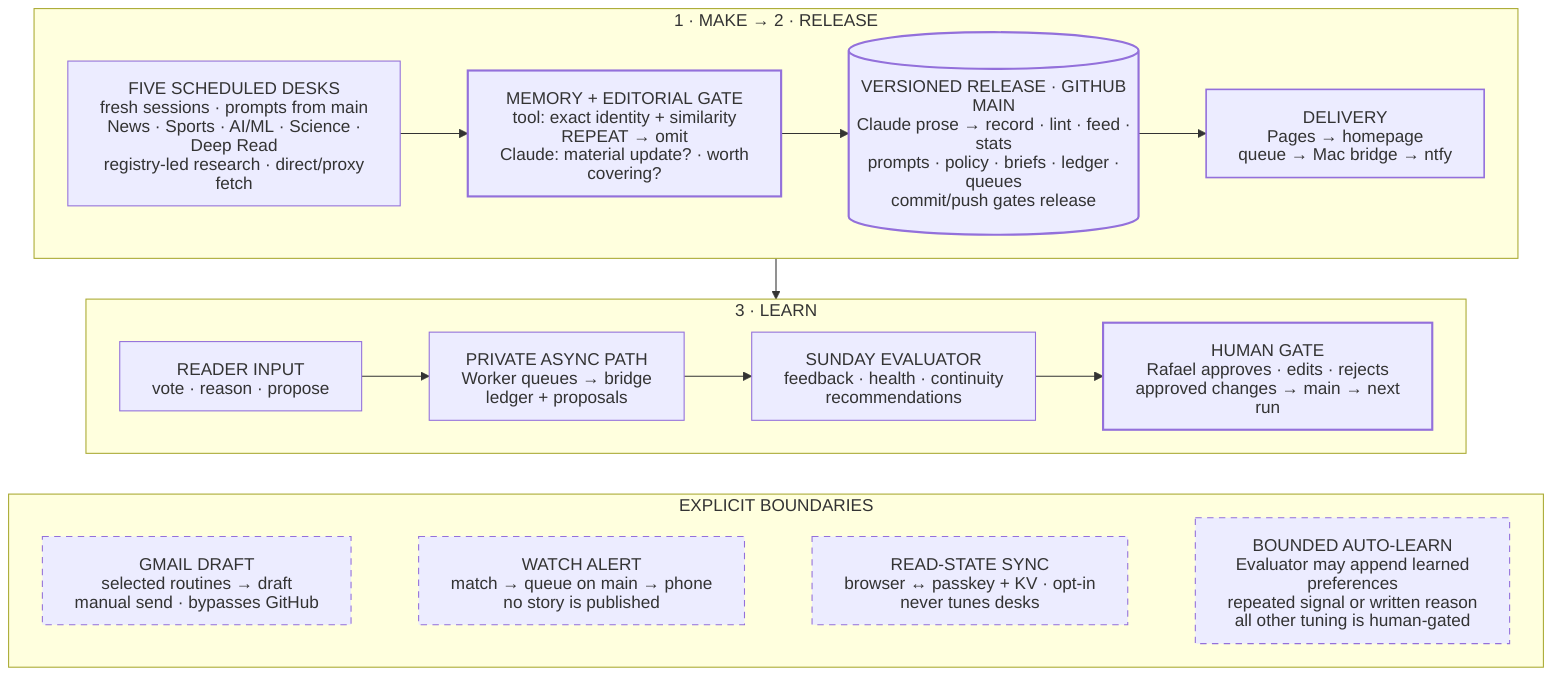
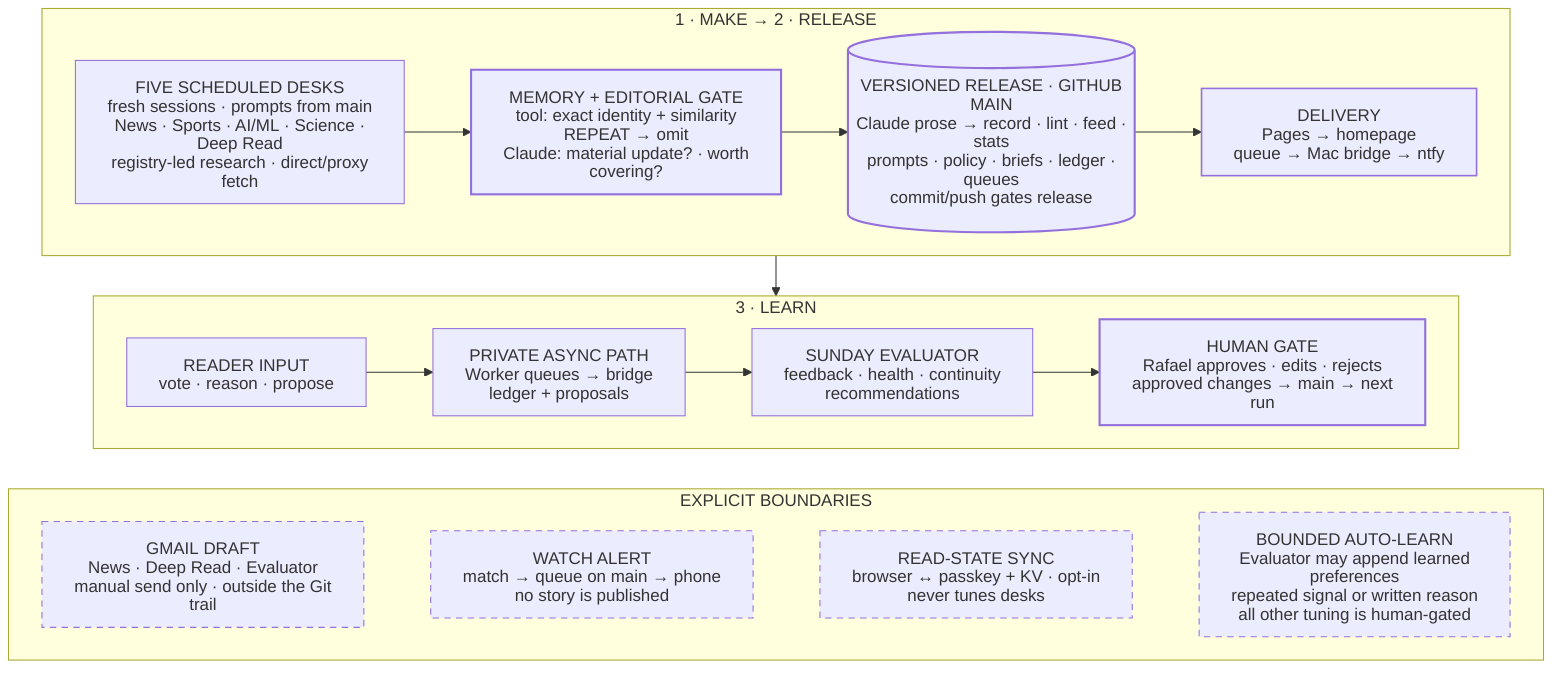
%% Public homepage architecture. Keep labels free of private IDs, secrets and implementation noise.
%% The generated SVG is the visual layer; _layouts/home.html carries the accessible reading order.
%% Generated SVGs add xml:space="preserve" to native text so leading tspan spaces survive.
%%{init: {"htmlLabels":false,"flowchart":{"curve":"linear","nodeSpacing":24,"rankSpacing":38,"wrappingWidth":260}}}%%
flowchart TB
  subgraph system["1 · MAKE → 2 · RELEASE"]
    direction LR
    research["FIVE SCHEDULED DESKS<br/>fresh sessions · prompts from main<br/>News · Sports · AI/ML · Science · Deep Read<br/>registry-led research · direct/proxy fetch"]
    memory["MEMORY + EDITORIAL GATE<br/>tool: exact identity + similarity<br/>REPEAT → omit<br/>Claude: material update? · worth covering?"]
    main[("VERSIONED RELEASE · GITHUB MAIN<br/>Claude prose → record · lint · feed · stats<br/>prompts · policy · briefs · ledger · queues<br/>commit/push gates release")]
    delivery["DELIVERY<br/>Pages → homepage<br/>queue → Mac bridge → ntfy"]

    research --> memory --> main --> delivery
  end

  subgraph learn["3 · LEARN"]
    direction LR
    reader["READER INPUT<br/>vote · reason · propose"]
    worker["PRIVATE ASYNC PATH<br/>Worker queues → bridge<br/>ledger + proposals"]
    evaluator["SUNDAY EVALUATOR<br/>feedback · health · continuity<br/>recommendations"]
    gate["HUMAN GATE<br/>Rafael approves · edits · rejects<br/>approved changes → main → next run"]

    reader --> worker --> evaluator --> gate
  end

  delivery --> reader

  subgraph boundaries["EXPLICIT BOUNDARIES"]
    direction LR
-     gmail["GMAIL DRAFT<br/>selected routines → draft<br/>manual send · bypasses GitHub"]
+     gmail["GMAIL DRAFT<br/>News · Deep Read · Evaluator<br/>manual send only · outside the Git trail"]
    watch["WATCH ALERT<br/>match → queue on main → phone<br/>no story is published"]
    sync["READ-STATE SYNC<br/>browser ↔ passkey + KV · opt-in<br/>never tunes desks"]
    exception["BOUNDED AUTO-LEARN<br/>Evaluator may append learned preferences<br/>repeated signal or written reason<br/>all other tuning is human-gated"]
    gmail ~~~ watch ~~~ sync ~~~ exception
  end

  gate ~~~ gmail

  class memory,main control;
  class gate human;
  class gmail,watch,sync,exception boundary;
  class delivery output;
  classDef control stroke-width:2px;
  classDef human stroke-width:2px;
  classDef boundary stroke-dasharray:6 5;
  classDef output stroke-width:1.5px;
